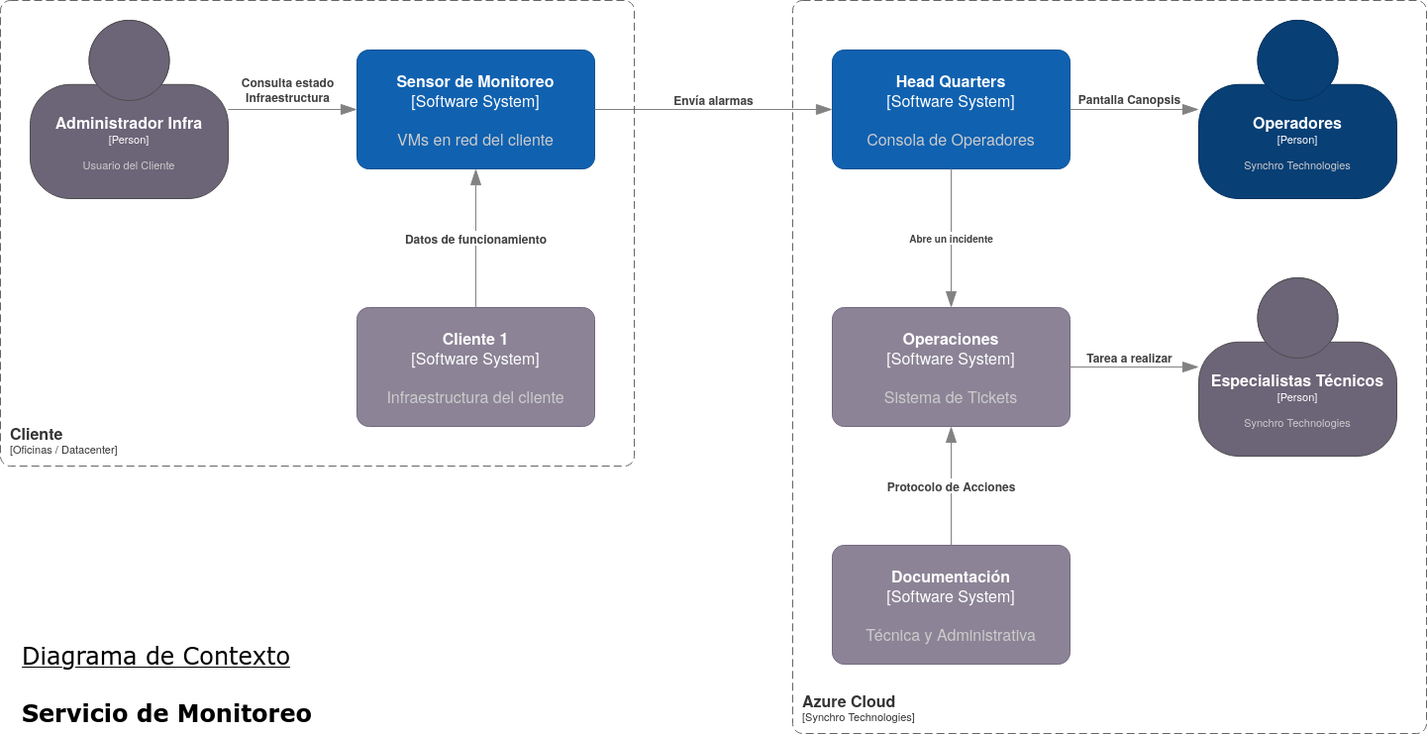
The draw.io diagram static/img/Monitoreo.C4.drawio.png in SynchroTechnologies/docu.monitoreo, before a commit. Source tidied: cells renumbered, new cells last; positions are measured from the earlier drawing's top-left corner, leaving out a move shared by most shapes. Source of this version:
```xml
<mxGraphModel>
  <root>
    <mxCell id="0" />
    <mxCell id="1" parent="0" />
    <object id="2" label="&lt;font style=&quot;font-size: 16px&quot;&gt;&lt;b&gt;%c4Name%&lt;/b&gt;&lt;/font&gt;&lt;div&gt;[%c4Type%]&lt;/div&gt;&lt;br&gt;&lt;div&gt;&lt;font style=&quot;font-size: 11px&quot;&gt;&lt;font color=&quot;#cccccc&quot;&gt;%c4Description%&lt;/font&gt;&lt;/div&gt;" c4Description="Synchro Technologies" c4Name="Operadores" c4Type="Person" placeholders="1">
      <mxCell style="html=1;fontSize=11;dashed=0;whiteSpace=wrap;fillColor=#083F75;strokeColor=#06315C;fontColor=#ffffff;shape=mxgraph.c4.person2;align=center;points=[[0.5,0,0],[1,0.5,0],[1,0.75,0],[0.75,1,0],[0.5,1,0],[0.25,1,0],[0,0.75,0],[0,0.5,0]];" parent="1" vertex="1">
        <mxGeometry x="1210" y="20" width="200" height="180" as="geometry" />
      </mxCell>
    </object>
    <object id="3" label="&lt;font style=&quot;font-size: 16px&quot;&gt;&lt;b&gt;%c4Name%&lt;/b&gt;&lt;/font&gt;&lt;div&gt;[%c4Type%]&lt;/div&gt;&lt;br&gt;&lt;div&gt;&lt;font style=&quot;font-size: 11px&quot;&gt;&lt;font color=&quot;#cccccc&quot;&gt;%c4Description%&lt;/font&gt;&lt;/div&gt;" c4Description="Usuario del Cliente" c4Name="Administrador Infra" c4Type="Person" placeholders="1">
      <mxCell style="html=1;fontSize=11;dashed=0;whiteSpace=wrap;fillColor=#6C6477;strokeColor=#4D4D4D;fontColor=#ffffff;shape=mxgraph.c4.person2;align=center;points=[[0.5,0,0],[1,0.5,0],[1,0.75,0],[0.75,1,0],[0.5,1,0],[0.25,1,0],[0,0.75,0],[0,0.5,0]];" parent="1" vertex="1">
        <mxGeometry x="30" y="20" width="200" height="180" as="geometry" />
      </mxCell>
    </object>
    <object id="4" label="&lt;font style=&quot;font-size: 16px;&quot;&gt;&lt;b style=&quot;font-size: 16px;&quot;&gt;%c4Name%&lt;/b&gt;&lt;/font&gt;&lt;div style=&quot;font-size: 16px;&quot;&gt;[%c4Type%]&lt;/div&gt;&lt;br style=&quot;font-size: 16px;&quot;&gt;&lt;div style=&quot;font-size: 16px;&quot;&gt;&lt;font style=&quot;font-size: 16px;&quot;&gt;&lt;font style=&quot;font-size: 16px;&quot; color=&quot;#cccccc&quot;&gt;%c4Description%&lt;/font&gt;&lt;/font&gt;&lt;/div&gt;" c4Description="Infraestructura del cliente" c4Name="Cliente 1" c4Type="Software System" placeholders="1">
      <mxCell style="rounded=1;whiteSpace=wrap;html=1;labelBackgroundColor=none;fillColor=#8C8496;fontColor=#ffffff;align=center;arcSize=10;strokeColor=#736782;points=[[0.25,0,0],[0.5,0,0],[0.75,0,0],[1,0.25,0],[1,0.5,0],[1,0.75,0],[0.75,1,0],[0.5,1,0],[0.25,1,0],[0,0.75,0],[0,0.5,0],[0,0.25,0]];fontSize=16;" parent="1" vertex="1">
        <mxGeometry x="360" y="310" width="240" height="120" as="geometry" />
      </mxCell>
    </object>
    <object id="5" label="&lt;font style=&quot;font-size: 16px;&quot;&gt;&lt;b style=&quot;font-size: 16px;&quot;&gt;%c4Name%&lt;/b&gt;&lt;/font&gt;&lt;div style=&quot;font-size: 16px;&quot;&gt;[%c4Type%]&lt;/div&gt;&lt;br style=&quot;font-size: 16px;&quot;&gt;&lt;div style=&quot;font-size: 16px;&quot;&gt;&lt;font style=&quot;font-size: 16px;&quot;&gt;&lt;font style=&quot;font-size: 16px;&quot; color=&quot;#cccccc&quot;&gt;%c4Description%&lt;/font&gt;&lt;/font&gt;&lt;/div&gt;" c4Description="VMs en red del cliente" c4Name="Sensor de Monitoreo" c4Type="Software System" placeholders="1">
      <mxCell style="rounded=1;whiteSpace=wrap;html=1;labelBackgroundColor=none;fillColor=#1061B0;fontColor=#ffffff;align=center;arcSize=10;strokeColor=#0D5091;points=[[0.25,0,0],[0.5,0,0],[0.75,0,0],[1,0.25,0],[1,0.5,0],[1,0.75,0],[0.75,1,0],[0.5,1,0],[0.25,1,0],[0,0.75,0],[0,0.5,0],[0,0.25,0]];fontSize=16;" parent="1" vertex="1">
        <mxGeometry x="360" y="50" width="240" height="120" as="geometry" />
      </mxCell>
    </object>
    <object id="6" label="&lt;font style=&quot;font-size: 16px;&quot;&gt;&lt;b style=&quot;font-size: 16px;&quot;&gt;%c4Name%&lt;/b&gt;&lt;/font&gt;&lt;div style=&quot;font-size: 16px;&quot;&gt;[%c4Type%]&lt;/div&gt;&lt;br style=&quot;font-size: 16px;&quot;&gt;&lt;div style=&quot;font-size: 16px;&quot;&gt;&lt;font style=&quot;font-size: 16px;&quot;&gt;&lt;font style=&quot;font-size: 16px;&quot; color=&quot;#cccccc&quot;&gt;%c4Description%&lt;/font&gt;&lt;/font&gt;&lt;/div&gt;" c4Description="Consola de Operadores" c4Name="Head Quarters" c4Type="Software System" placeholders="1">
      <mxCell style="rounded=1;whiteSpace=wrap;html=1;labelBackgroundColor=none;fillColor=#1061B0;fontColor=#ffffff;align=center;arcSize=10;strokeColor=#0D5091;points=[[0.25,0,0],[0.5,0,0],[0.75,0,0],[1,0.25,0],[1,0.5,0],[1,0.75,0],[0.75,1,0],[0.5,1,0],[0.25,1,0],[0,0.75,0],[0,0.5,0],[0,0.25,0]];fontSize=16;" parent="1" vertex="1">
        <mxGeometry x="840" y="50" width="240" height="120" as="geometry" />
      </mxCell>
    </object>
    <object id="7" label="&lt;font style=&quot;font-size: 16px;&quot;&gt;&lt;b style=&quot;font-size: 16px;&quot;&gt;%c4Name%&lt;/b&gt;&lt;/font&gt;&lt;div style=&quot;font-size: 16px;&quot;&gt;[%c4Type%]&lt;/div&gt;&lt;br style=&quot;font-size: 16px;&quot;&gt;&lt;div style=&quot;font-size: 16px;&quot;&gt;&lt;font style=&quot;font-size: 16px;&quot;&gt;&lt;font style=&quot;font-size: 16px;&quot; color=&quot;#cccccc&quot;&gt;%c4Description%&lt;/font&gt;&lt;/font&gt;&lt;/div&gt;" c4Description="Sistema de Tickets" c4Name="Operaciones" c4Type="Software System" placeholders="1">
      <mxCell style="rounded=1;whiteSpace=wrap;html=1;labelBackgroundColor=none;fillColor=#8C8496;fontColor=#ffffff;align=center;arcSize=10;strokeColor=#736782;points=[[0.25,0,0],[0.5,0,0],[0.75,0,0],[1,0.25,0],[1,0.5,0],[1,0.75,0],[0.75,1,0],[0.5,1,0],[0.25,1,0],[0,0.75,0],[0,0.5,0],[0,0.25,0]];fontSize=16;" parent="1" vertex="1">
        <mxGeometry x="840" y="310" width="240" height="120" as="geometry" />
      </mxCell>
    </object>
    <object id="8" label="&lt;font style=&quot;font-size: 16px;&quot;&gt;&lt;b style=&quot;font-size: 16px;&quot;&gt;%c4Name%&lt;/b&gt;&lt;/font&gt;&lt;div style=&quot;font-size: 16px;&quot;&gt;[%c4Type%]&lt;/div&gt;&lt;br style=&quot;font-size: 16px;&quot;&gt;&lt;div style=&quot;font-size: 16px;&quot;&gt;&lt;font style=&quot;font-size: 16px;&quot;&gt;&lt;font style=&quot;font-size: 16px;&quot; color=&quot;#cccccc&quot;&gt;%c4Description%&lt;/font&gt;&lt;/font&gt;&lt;/div&gt;" c4Description="Técnica y Administrativa" c4Name="Documentación" c4Type="Software System" placeholders="1">
      <mxCell style="rounded=1;whiteSpace=wrap;html=1;labelBackgroundColor=none;fillColor=#8C8496;fontColor=#ffffff;align=center;arcSize=10;strokeColor=#736782;points=[[0.25,0,0],[0.5,0,0],[0.75,0,0],[1,0.25,0],[1,0.5,0],[1,0.75,0],[0.75,1,0],[0.5,1,0],[0.25,1,0],[0,0.75,0],[0,0.5,0],[0,0.25,0]];fontSize=16;" parent="1" vertex="1">
        <mxGeometry x="840" y="550" width="240" height="120" as="geometry" />
      </mxCell>
    </object>
    <object id="9" label="&lt;font style=&quot;font-size: 16px&quot;&gt;&lt;b&gt;%c4Name%&lt;/b&gt;&lt;/font&gt;&lt;div&gt;[%c4Type%]&lt;/div&gt;&lt;br&gt;&lt;div&gt;&lt;font style=&quot;font-size: 11px&quot;&gt;&lt;font color=&quot;#cccccc&quot;&gt;%c4Description%&lt;/font&gt;&lt;/div&gt;" c4Description="Synchro Technologies" c4Name="Especialistas Técnicos" c4Type="Person" placeholders="1">
      <mxCell style="html=1;fontSize=11;dashed=0;whiteSpace=wrap;fillColor=#6C6477;strokeColor=#4D4D4D;fontColor=#ffffff;shape=mxgraph.c4.person2;align=center;points=[[0.5,0,0],[1,0.5,0],[1,0.75,0],[0.75,1,0],[0.5,1,0],[0.25,1,0],[0,0.75,0],[0,0.5,0]];" parent="1" vertex="1">
        <mxGeometry x="1210" y="280" width="200" height="180" as="geometry" />
      </mxCell>
    </object>
    <object id="10" label="&lt;div style=&quot;text-align: left; font-size: 12px;&quot;&gt;&lt;div style=&quot;text-align: center; font-size: 12px;&quot;&gt;&lt;b style=&quot;font-size: 12px;&quot;&gt;%c4Description%&lt;/b&gt;&lt;/div&gt;&lt;/div&gt;" c4Description="Datos de funcionamiento" c4Type="Relationship" placeholders="1">
      <mxCell style="endArrow=blockThin;html=1;fontSize=12;fontColor=#404040;strokeWidth=1;endFill=1;strokeColor=#828282;elbow=vertical;endSize=14;startSize=14;jumpStyle=arc;jumpSize=16;rounded=0;exitX=0.5;exitY=0;exitDx=0;exitDy=0;exitPerimeter=0;" parent="1" edge="1" source="4" target="5">
        <mxGeometry relative="1" as="geometry" />
      </mxCell>
    </object>
    <object id="11" label="&lt;div style=&quot;text-align: left; font-size: 12px;&quot;&gt;&lt;div style=&quot;text-align: center; font-size: 12px;&quot;&gt;&lt;b style=&quot;font-size: 12px;&quot;&gt;%c4Description%&lt;/b&gt;&lt;/div&gt;&lt;/div&gt;" c4Description="Envía alarmas" c4Type="Relationship" placeholders="1">
      <mxCell style="endArrow=blockThin;html=1;fontSize=12;fontColor=#404040;strokeWidth=1;endFill=1;strokeColor=#828282;elbow=vertical;endSize=14;startSize=14;jumpStyle=arc;jumpSize=16;rounded=0;exitX=1;exitY=0.5;exitDx=0;exitDy=0;exitPerimeter=0;entryX=0;entryY=0.5;entryDx=0;entryDy=0;entryPerimeter=0;" parent="1" edge="1" source="5" target="6">
        <mxGeometry y="10" relative="1" as="geometry" />
      </mxCell>
    </object>
    <object id="12" label="&lt;div style=&quot;text-align: left&quot;&gt;&lt;div style=&quot;text-align: center&quot;&gt;&lt;b&gt;%c4Description%&lt;/b&gt;&lt;/div&gt;" c4Description="Abre un incidente" c4Type="Relationship" placeholders="1">
      <mxCell style="endArrow=blockThin;html=1;fontSize=10;fontColor=#404040;strokeWidth=1;endFill=1;strokeColor=#828282;elbow=vertical;endSize=14;startSize=14;jumpStyle=arc;jumpSize=16;rounded=0;exitX=0.5;exitY=1;exitDx=0;exitDy=0;exitPerimeter=0;entryX=0.5;entryY=0;entryDx=0;entryDy=0;entryPerimeter=0;" parent="1" edge="1" source="6" target="7">
        <mxGeometry relative="1" as="geometry" />
      </mxCell>
    </object>
    <object id="13" label="&lt;div style=&quot;text-align: left; font-size: 12px;&quot;&gt;&lt;div style=&quot;text-align: center; font-size: 12px;&quot;&gt;&lt;b style=&quot;font-size: 12px;&quot;&gt;%c4Description%&lt;/b&gt;&lt;/div&gt;&lt;/div&gt;" c4Description="Pantalla Canopsis" c4Type="Relationship" placeholders="1">
      <mxCell style="endArrow=blockThin;html=1;fontSize=12;fontColor=#404040;strokeWidth=1;endFill=1;strokeColor=#828282;elbow=vertical;endSize=14;startSize=14;jumpStyle=arc;jumpSize=16;rounded=0;exitX=1;exitY=0.5;exitDx=0;exitDy=0;exitPerimeter=0;entryX=0;entryY=0.5;entryDx=0;entryDy=0;entryPerimeter=0;" parent="1" edge="1" target="2">
        <mxGeometry x="-0.08" y="11" relative="1" as="geometry">
          <mxPoint x="1080" y="110" as="sourcePoint" />
        </mxGeometry>
      </mxCell>
    </object>
    <object id="14" label="&lt;div style=&quot;text-align: left; font-size: 12px;&quot;&gt;&lt;div style=&quot;text-align: center; font-size: 12px;&quot;&gt;&lt;b style=&quot;font-size: 12px;&quot;&gt;%c4Description%&lt;/b&gt;&lt;/div&gt;&lt;/div&gt;" c4Description="Protocolo de Acciones" c4Type="Relationship" placeholders="1">
      <mxCell style="endArrow=blockThin;html=1;fontSize=12;fontColor=#404040;strokeWidth=1;endFill=1;strokeColor=#828282;elbow=vertical;endSize=14;startSize=14;jumpStyle=arc;jumpSize=16;rounded=0;edgeStyle=orthogonalEdgeStyle;entryX=0.5;entryY=1;entryDx=0;entryDy=0;entryPerimeter=0;exitX=0.5;exitY=0;exitDx=0;exitDy=0;exitPerimeter=0;" parent="1" edge="1" source="8" target="7">
        <mxGeometry relative="1" as="geometry" />
      </mxCell>
    </object>
    <object id="15" label="&lt;div style=&quot;text-align: left; font-size: 12px;&quot;&gt;&lt;div style=&quot;text-align: center; font-size: 12px;&quot;&gt;&lt;b style=&quot;font-size: 12px;&quot;&gt;%c4Description%&lt;/b&gt;&lt;/div&gt;&lt;/div&gt;" c4Description="Tarea a realizar" c4Type="Relationship" placeholders="1">
      <mxCell style="endArrow=blockThin;html=1;fontSize=12;fontColor=#404040;strokeWidth=1;endFill=1;strokeColor=#828282;elbow=vertical;endSize=14;startSize=14;jumpStyle=arc;jumpSize=16;rounded=0;entryX=0;entryY=0.5;entryDx=0;entryDy=0;entryPerimeter=0;" parent="1" edge="1" source="7" target="9">
        <mxGeometry x="-0.08" y="10" relative="1" as="geometry" />
      </mxCell>
    </object>
    <object id="16" label="&lt;div style=&quot;text-align: left; font-size: 12px;&quot;&gt;&lt;div style=&quot;text-align: center; font-size: 12px;&quot;&gt;&lt;b style=&quot;font-size: 12px;&quot;&gt;%c4Description%&lt;/b&gt;&lt;/div&gt;&lt;/div&gt;" c4Description="Consulta estado&#10;Infraestructura" c4Type="Relationship" placeholders="1">
      <mxCell style="endArrow=blockThin;html=1;fontSize=12;fontColor=#404040;strokeWidth=1;endFill=1;strokeColor=#828282;elbow=vertical;endSize=14;startSize=14;jumpStyle=arc;jumpSize=16;rounded=0;entryX=0;entryY=0.5;entryDx=0;entryDy=0;entryPerimeter=0;exitX=1;exitY=0.5;exitDx=0;exitDy=0;exitPerimeter=0;" parent="1" edge="1" source="3" target="5">
        <mxGeometry x="-0.08" y="20" relative="1" as="geometry" />
      </mxCell>
    </object>
    <object id="17" label="&lt;font style=&quot;font-size: 16px&quot;&gt;&lt;b&gt;&lt;div style=&quot;text-align: left&quot;&gt;%c4Name%&lt;/div&gt;&lt;/b&gt;&lt;/font&gt;&lt;div style=&quot;text-align: left&quot;&gt;[%c4Application%]&lt;/div&gt;" c4Application="Oficinas / Datacenter" c4Name="Cliente" c4Type="SystemScopeBoundary" placeholders="1">
      <mxCell style="rounded=1;fontSize=11;whiteSpace=wrap;html=1;dashed=1;arcSize=20;fillColor=none;strokeColor=#666666;fontColor=#333333;labelBackgroundColor=none;align=left;verticalAlign=bottom;labelBorderColor=none;spacingTop=0;spacing=10;dashPattern=8 4;perimeter=rectanglePerimeter;noLabel=0;labelPadding=0;absoluteArcSize=1;" parent="1" vertex="1">
        <mxGeometry width="640" height="470" as="geometry" />
      </mxCell>
    </object>
    <object id="18" label="&lt;font style=&quot;font-size: 16px&quot;&gt;&lt;b&gt;&lt;div style=&quot;text-align: left&quot;&gt;%c4Name%&lt;/div&gt;&lt;/b&gt;&lt;/font&gt;&lt;div style=&quot;text-align: left&quot;&gt;[%c4Application%]&lt;/div&gt;" c4Application="Synchro Technologies" c4Name="Azure Cloud" c4Type="SystemScopeBoundary" placeholders="1">
      <mxCell style="rounded=1;fontSize=11;whiteSpace=wrap;html=1;dashed=1;arcSize=20;fillColor=none;strokeColor=#666666;fontColor=#333333;labelBackgroundColor=none;align=left;verticalAlign=bottom;labelBorderColor=none;spacingTop=0;spacing=10;dashPattern=8 4;perimeter=rectanglePerimeter;noLabel=0;labelPadding=0;absoluteArcSize=1;" parent="1" vertex="1">
        <mxGeometry x="800" width="640" height="740" as="geometry" />
      </mxCell>
    </object>
    <mxCell id="19" value="&lt;div style=&quot;font-size: 24px;&quot;&gt;&lt;u style=&quot;font-size: 24px;&quot;&gt;Diagrama de Contexto&lt;/u&gt;&lt;/div&gt;&lt;div style=&quot;font-size: 24px;&quot;&gt;&lt;br style=&quot;font-size: 24px;&quot;&gt;&lt;/div&gt;&lt;div style=&quot;font-size: 24px;&quot;&gt;&lt;b style=&quot;font-size: 24px;&quot;&gt;Servicio de Monitoreo&lt;/b&gt;&lt;br style=&quot;font-size: 24px;&quot;&gt;&lt;/div&gt;" style="text;html=1;align=left;verticalAlign=middle;fillColor=none;strokeColor=none;rounded=0;fontSize=24;fontFamily=Verdana;" parent="1" vertex="1">
      <mxGeometry x="20" y="640" width="320" height="100" as="geometry" />
    </mxCell>
  </root>
</mxGraphModel>
```
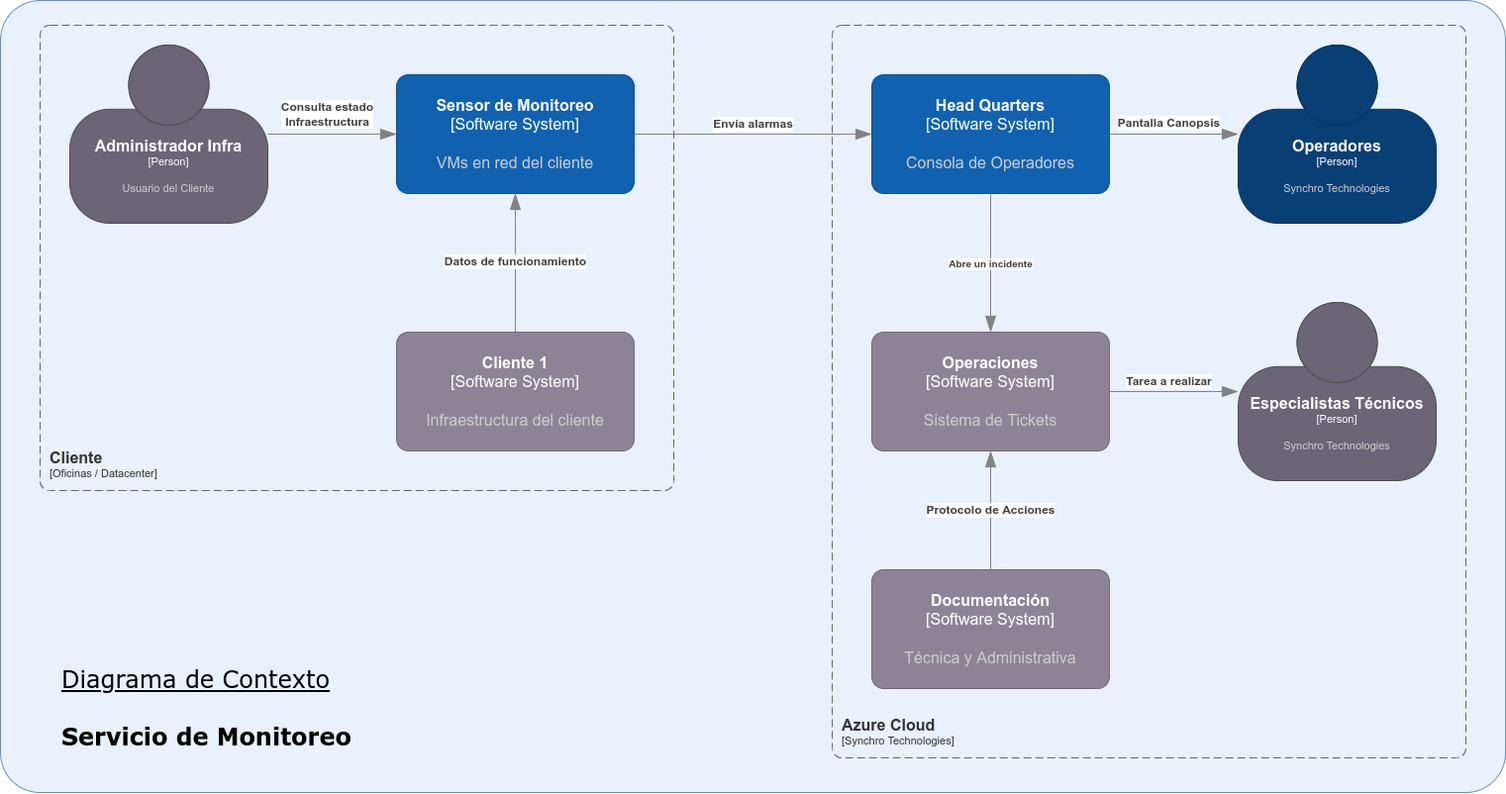
Later version of the same file.

Commit message:
Se cambia el gráfico de Contexto, prueba de galería

Diff of the diagram source:
```diff
@@ -2,6 +2,9 @@
   <root>
     <mxCell id="0" />
     <mxCell id="1" parent="0" />
+    <mxCell id="20" style="whiteSpace=wrap;html=1;rounded=1;shadow=0;arcSize=5;fillColor=#E8F1FC;strokeColor=#6c8ebf;" parent="1" vertex="1">
+      <mxGeometry x="-40" y="-25" width="1520" height="800" as="geometry" />
+    </mxCell>
     <object id="2" label="&lt;font style=&quot;font-size: 16px&quot;&gt;&lt;b&gt;%c4Name%&lt;/b&gt;&lt;/font&gt;&lt;div&gt;[%c4Type%]&lt;/div&gt;&lt;br&gt;&lt;div&gt;&lt;font style=&quot;font-size: 11px&quot;&gt;&lt;font color=&quot;#cccccc&quot;&gt;%c4Description%&lt;/font&gt;&lt;/div&gt;" c4Description="Synchro Technologies" c4Name="Operadores" c4Type="Person" placeholders="1">
       <mxCell style="html=1;fontSize=11;dashed=0;whiteSpace=wrap;fillColor=#083F75;strokeColor=#06315C;fontColor=#ffffff;shape=mxgraph.c4.person2;align=center;points=[[0.5,0,0],[1,0.5,0],[1,0.75,0],[0.75,1,0],[0.5,1,0],[0.25,1,0],[0,0.75,0],[0,0.5,0]];" parent="1" vertex="1">
         <mxGeometry x="1210" y="20" width="200" height="180" as="geometry" />
```
